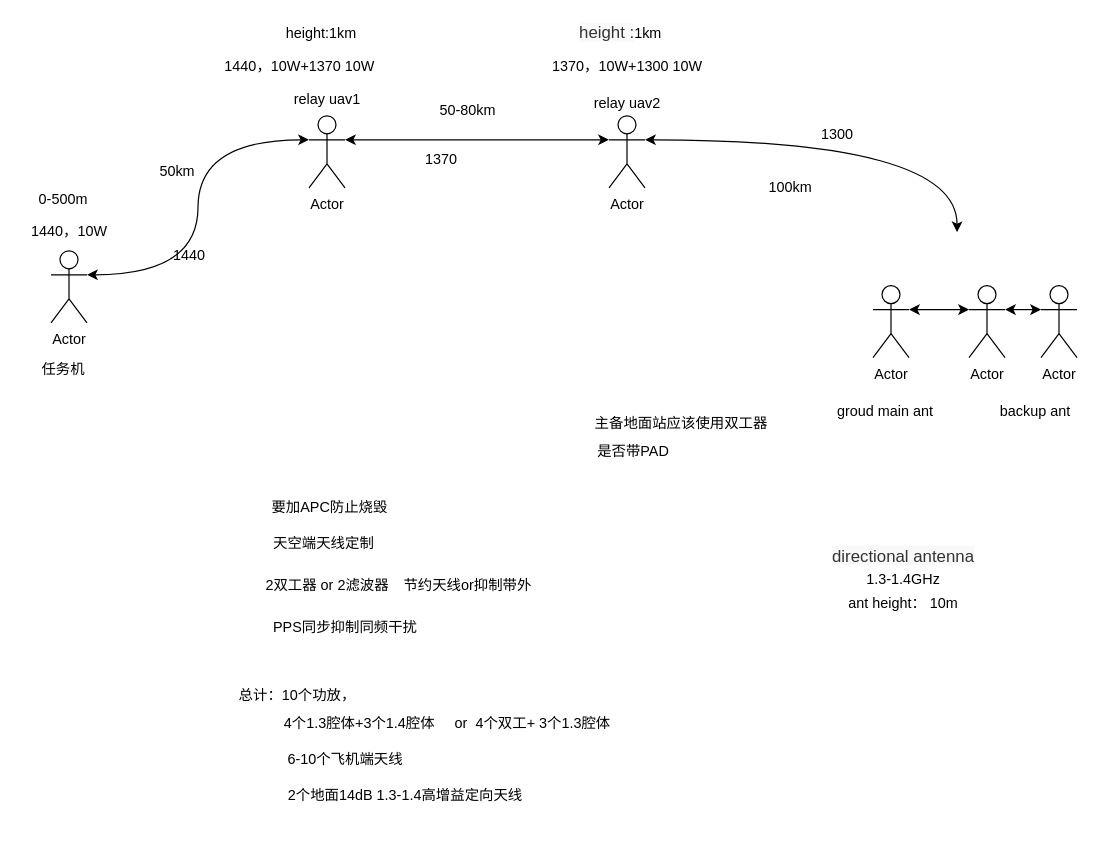
The draw.io diagram 多机中继.drawio in Momenttt/hellogithub, before the edit. Source tidied: cells renumbered, new cells numbered last; positions are measured from the earlier drawing's top-left corner, leaving out a move shared by most shapes. Both pictures are drawn from the tidied source at 120%, with x=0, y=0 at pixel (20, 20).
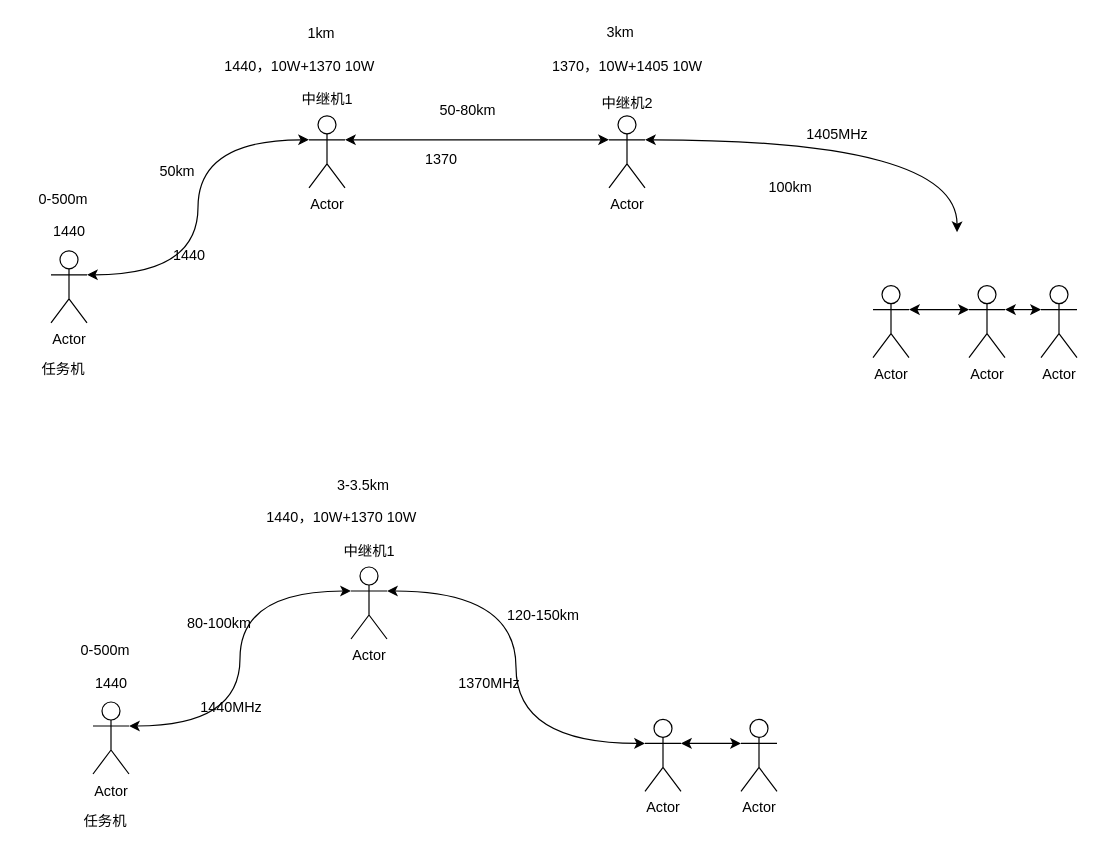
After the change.

Diff of the diagram source:
```diff
@@
-    <mxCell id="11" value="relay uav1" style="text;html=1;align=center;verticalAlign=middle;" parent="1" vertex="1">
-      <mxGeometry x="220" y="56" width="70" height="20" as="geometry" />
+    <mxCell id="11" value="中继机1" style="text;html=1;align=center;verticalAlign=middle;" parent="1" vertex="1">
+      <mxGeometry x="225" y="56" width="60" height="20" as="geometry" />
     </mxCell>
-    <mxCell id="12" value="relay uav2" style="text;html=1;align=center;verticalAlign=middle;" parent="1" vertex="1">
-      <mxGeometry x="470" y="59" width="70" height="20" as="geometry" />
+    <mxCell id="12" value="中继机2" style="text;html=1;align=center;verticalAlign=middle;" parent="1" vertex="1">
+      <mxGeometry x="475" y="59" width="60" height="20" as="geometry" />
     </mxCell>
-    <mxCell id="13" value="groud main ant" style="text;html=1;align=center;verticalAlign=middle;" parent="1" vertex="1">
-      <mxGeometry x="670" y="316" width="100" height="20" as="geometry" />
-    </mxCell>
-    <mxCell id="14" value="&lt;span id=&quot;w_125&quot; class=&quot;&quot; style=&quot;color: rgb(51 , 51 , 51) ; font-family: &amp;#34;arial&amp;#34; , &amp;#34;pingfang sc&amp;#34; , &amp;#34;hiragino sans gb&amp;#34; , &amp;#34;stheiti&amp;#34; , &amp;#34;microsoft yahei&amp;#34; , &amp;#34;wenquanyi micro hei&amp;#34; , sans-serif ; font-size: 14px ; text-align: left ; background-color: rgb(249 , 249 , 249)&quot;&gt;directional&amp;nbsp;&lt;/span&gt;&lt;span id=&quot;w_126&quot; class=&quot;&quot; style=&quot;color: rgb(51 , 51 , 51) ; font-family: &amp;#34;arial&amp;#34; , &amp;#34;pingfang sc&amp;#34; , &amp;#34;hiragino sans gb&amp;#34; , &amp;#34;stheiti&amp;#34; , &amp;#34;microsoft yahei&amp;#34; , &amp;#34;wenquanyi micro hei&amp;#34; , sans-serif ; font-size: 14px ; text-align: left ; background-color: rgb(249 , 249 , 249)&quot;&gt;antenna&lt;/span&gt;" style="text;html=1;align=center;verticalAlign=middle;" parent="1" vertex="1">
-      <mxGeometry x="670" y="436" width="130" height="20" as="geometry" />
-    </mxCell>
-    <mxCell id="15" value="1.3-1.4GHz" style="text;html=1;align=center;verticalAlign=middle;" parent="1" vertex="1">
-      <mxGeometry x="695" y="456" width="80" height="20" as="geometry" />
-    </mxCell>
@@
-    <mxCell id="17" value="ant height： 10m" style="text;html=1;align=center;verticalAlign=middle;" parent="1" vertex="1">
-      <mxGeometry x="680" y="476" width="110" height="20" as="geometry" />
-    </mxCell>
-    <mxCell id="18" value="1440，10W" style="text;html=1;align=center;verticalAlign=middle;" parent="1" vertex="1">
-      <mxGeometry y="166" width="80" height="20" as="geometry" />
+    <mxCell id="18" value="1440" style="text;html=1;align=center;verticalAlign=middle;" parent="1" vertex="1">
+      <mxGeometry x="20" y="166" width="40" height="20" as="geometry" />
     </mxCell>
@@
-    <mxCell id="22" value="1370，10W+1300 10W" style="text;html=1;align=center;verticalAlign=middle;" parent="1" vertex="1">
+    <mxCell id="22" value="1370，10W+1405 10W" style="text;html=1;align=center;verticalAlign=middle;" parent="1" vertex="1">
       <mxGeometry x="435" y="28" width="140" height="20" as="geometry" />
     </mxCell>
@@
-    <mxCell id="25" value="backup ant" style="text;html=1;align=center;verticalAlign=middle;" parent="1" vertex="1">
-      <mxGeometry x="810" y="316" width="70" height="20" as="geometry" />
-    </mxCell>
-    <mxCell id="26" value="天空端天线定制" style="text;html=1;align=center;verticalAlign=middle;" parent="1" vertex="1">
-      <mxGeometry x="202" y="426" width="100" height="20" as="geometry" />
-    </mxCell>
-    <mxCell id="27" value="要加APC防止烧毁" style="text;html=1;align=center;verticalAlign=middle;" parent="1" vertex="1">
-      <mxGeometry x="202" y="396" width="110" height="20" as="geometry" />
-    </mxCell>
-    <mxCell id="28" value="2双工器 or 2滤波器" style="text;html=1;align=center;verticalAlign=middle;" parent="1" vertex="1">
-      <mxGeometry x="195" y="460.5" width="120" height="20" as="geometry" />
-    </mxCell>
-    <mxCell id="29" value="PPS同步抑制同频干扰" style="text;html=1;align=center;verticalAlign=middle;" parent="1" vertex="1">
-      <mxGeometry x="200" y="496" width="140" height="20" as="geometry" />
-    </mxCell>
-    <mxCell id="30" value="节约天线or抑制带外" style="text;html=1;align=center;verticalAlign=middle;" parent="1" vertex="1">
-      <mxGeometry x="312" y="461" width="120" height="20" as="geometry" />
-    </mxCell>
-    <mxCell id="31" value="总计：10个功放，" style="text;html=1;align=center;verticalAlign=middle;" parent="1" vertex="1">
-      <mxGeometry x="175" y="552" width="110" height="20" as="geometry" />
-    </mxCell>
-    <mxCell id="32" value="&lt;span style=&quot;color: rgb(51 , 51 , 51) ; font-family: &amp;#34;arial&amp;#34; , &amp;#34;pingfang sc&amp;#34; , &amp;#34;hiragino sans gb&amp;#34; , &amp;#34;stheiti&amp;#34; , &amp;#34;microsoft yahei&amp;#34; , &amp;#34;wenquanyi micro hei&amp;#34; , sans-serif ; font-size: 14px ; text-align: left ; background-color: rgb(249 , 249 , 249)&quot;&gt;height :&lt;/span&gt;1km&amp;nbsp;" style="text;html=1;align=center;verticalAlign=middle;" parent="1" vertex="1">
-      <mxGeometry x="456" width="90" height="20" as="geometry" />
+    <mxCell id="32" value="3km&amp;nbsp;" style="text;html=1;align=center;verticalAlign=middle;" parent="1" vertex="1">
+      <mxGeometry x="481" width="40" height="20" as="geometry" />
     </mxCell>
-    <mxCell id="33" value="height:1km" style="text;html=1;align=center;verticalAlign=middle;" parent="1" vertex="1">
-      <mxGeometry x="215" y="1" width="70" height="20" as="geometry" />
+    <mxCell id="33" value="1km" style="text;html=1;align=center;verticalAlign=middle;" parent="1" vertex="1">
+      <mxGeometry x="230" y="1" width="40" height="20" as="geometry" />
     </mxCell>
@@
-    <mxCell id="35" value="4个1.3腔体+3个1.4腔体&amp;nbsp; &amp;nbsp; &amp;nbsp;or&amp;nbsp; 4个双工+ 3个1.3腔体" style="text;html=1;align=center;verticalAlign=middle;" parent="1" vertex="1">
-      <mxGeometry x="210" y="576" width="290" height="20" as="geometry" />
-    </mxCell>
-    <mxCell id="36" value="6-10个飞机端天线" style="text;html=1;align=center;verticalAlign=middle;" parent="1" vertex="1">
-      <mxGeometry x="215" y="606" width="110" height="20" as="geometry" />
-    </mxCell>
-    <mxCell id="37" value="2个地面14dB 1.3-1.4高增益定向天线" style="text;html=1;align=center;verticalAlign=middle;" parent="1" vertex="1">
-      <mxGeometry x="215" y="636" width="210" height="20" as="geometry" />
-    </mxCell>
-    <mxCell id="38" value="主备地面站应该使用双工器" style="text;html=1;align=center;verticalAlign=middle;" parent="1" vertex="1">
-      <mxGeometry x="470" y="326" width="160" height="20" as="geometry" />
-    </mxCell>
-    <mxCell id="39" value="是否带PAD" style="text;html=1;align=center;verticalAlign=middle;" parent="1" vertex="1">
-      <mxGeometry x="470" y="349" width="80" height="20" as="geometry" />
-    </mxCell>
@@
-    <mxCell id="42" value="1300" style="text;html=1;align=center;verticalAlign=middle;" parent="1" vertex="1">
-      <mxGeometry x="660" y="85" width="40" height="20" as="geometry" />
+    <mxCell id="42" value="1405MHz" style="text;html=1;align=center;verticalAlign=middle;" parent="1" vertex="1">
+      <mxGeometry x="645" y="85" width="70" height="20" as="geometry" />
     </mxCell>
@@
+    <mxCell id="44" style="edgeStyle=orthogonalEdgeStyle;curved=1;jettySize=auto;html=1;exitX=1;exitY=0.3333333333333333;exitDx=0;exitDy=0;exitPerimeter=0;entryX=0;entryY=0.3333333333333333;entryDx=0;entryDy=0;entryPerimeter=0;startArrow=classic;startFill=1;" parent="1" edge="1" source="45" target="47">
+      <mxGeometry relative="1" as="geometry" />
+    </mxCell>
+    <mxCell id="45" value="Actor" style="shape=umlActor;verticalLabelPosition=bottom;labelBackgroundColor=#ffffff;verticalAlign=top;html=1;outlineConnect=0;" parent="1" vertex="1">
+      <mxGeometry x="60" y="567.5" width="30" height="60" as="geometry" />
+    </mxCell>
+    <mxCell id="46" style="edgeStyle=orthogonalEdgeStyle;jettySize=auto;html=1;exitX=1;exitY=0.3333333333333333;exitDx=0;exitDy=0;exitPerimeter=0;startArrow=classic;startFill=1;curved=1;entryX=0;entryY=0.3333333333333333;entryDx=0;entryDy=0;entryPerimeter=0;" parent="1" edge="1" source="47" target="49">
+      <mxGeometry relative="1" as="geometry" />
+    </mxCell>
+    <mxCell id="47" value="Actor" style="shape=umlActor;verticalLabelPosition=bottom;labelBackgroundColor=#ffffff;verticalAlign=top;html=1;outlineConnect=0;" parent="1" vertex="1">
+      <mxGeometry x="275" y="455" width="30" height="60" as="geometry" />
+    </mxCell>
+    <mxCell id="48" style="edgeStyle=orthogonalEdgeStyle;curved=1;jettySize=auto;html=1;exitX=1;exitY=0.3333333333333333;exitDx=0;exitDy=0;exitPerimeter=0;entryX=0;entryY=0.3333333333333333;entryDx=0;entryDy=0;entryPerimeter=0;startArrow=classic;startFill=1;" parent="1" edge="1" source="49" target="56">
+      <mxGeometry relative="1" as="geometry" />
+    </mxCell>
+    <mxCell id="49" value="Actor" style="shape=umlActor;verticalLabelPosition=bottom;labelBackgroundColor=#ffffff;verticalAlign=top;html=1;outlineConnect=0;" parent="1" vertex="1">
+      <mxGeometry x="520" y="582" width="30" height="60" as="geometry" />
+    </mxCell>
+    <mxCell id="50" value="任务机" style="text;html=1;align=center;verticalAlign=middle;" parent="1" vertex="1">
+      <mxGeometry x="45" y="656.5" width="50" height="20" as="geometry" />
+    </mxCell>
+    <mxCell id="51" value="中继机1" style="text;html=1;align=center;verticalAlign=middle;" parent="1" vertex="1">
+      <mxGeometry x="260" y="432" width="60" height="20" as="geometry" />
+    </mxCell>
+    <mxCell id="52" value="1440" style="text;html=1;align=center;verticalAlign=middle;" parent="1" vertex="1">
+      <mxGeometry x="55" y="542" width="40" height="20" as="geometry" />
+    </mxCell>
+    <mxCell id="53" value="80-100km" style="text;html=1;align=center;verticalAlign=middle;" parent="1" vertex="1">
+      <mxGeometry x="130" y="492" width="70" height="20" as="geometry" />
+    </mxCell>
+    <mxCell id="54" value="120-150km" style="text;html=1;align=center;verticalAlign=middle;" parent="1" vertex="1">
+      <mxGeometry x="395" y="486" width="80" height="20" as="geometry" />
+    </mxCell>
+    <mxCell id="55" value="1440，10W+1370 10W" style="text;html=1;align=center;verticalAlign=middle;" parent="1" vertex="1">
+      <mxGeometry x="197" y="404" width="140" height="20" as="geometry" />
+    </mxCell>
+    <mxCell id="56" value="Actor" style="shape=umlActor;verticalLabelPosition=bottom;labelBackgroundColor=#ffffff;verticalAlign=top;html=1;outlineConnect=0;" parent="1" vertex="1">
+      <mxGeometry x="600" y="582" width="30" height="60" as="geometry" />
+    </mxCell>
+    <mxCell id="57" value="3-3.5km" style="text;html=1;align=center;verticalAlign=middle;" parent="1" vertex="1">
+      <mxGeometry x="255" y="377" width="60" height="20" as="geometry" />
+    </mxCell>
+    <mxCell id="58" value="0-500m" style="text;html=1;align=center;verticalAlign=middle;" parent="1" vertex="1">
+      <mxGeometry x="40" y="515" width="60" height="20" as="geometry" />
+    </mxCell>
+    <mxCell id="59" value="1440MHz" style="text;html=1;align=center;verticalAlign=middle;" parent="1" vertex="1">
+      <mxGeometry x="140" y="562" width="70" height="20" as="geometry" />
+    </mxCell>
+    <mxCell id="60" value="1370MHz" style="text;html=1;align=center;verticalAlign=middle;" parent="1" vertex="1">
+      <mxGeometry x="355" y="542" width="70" height="20" as="geometry" />
+    </mxCell>
```
